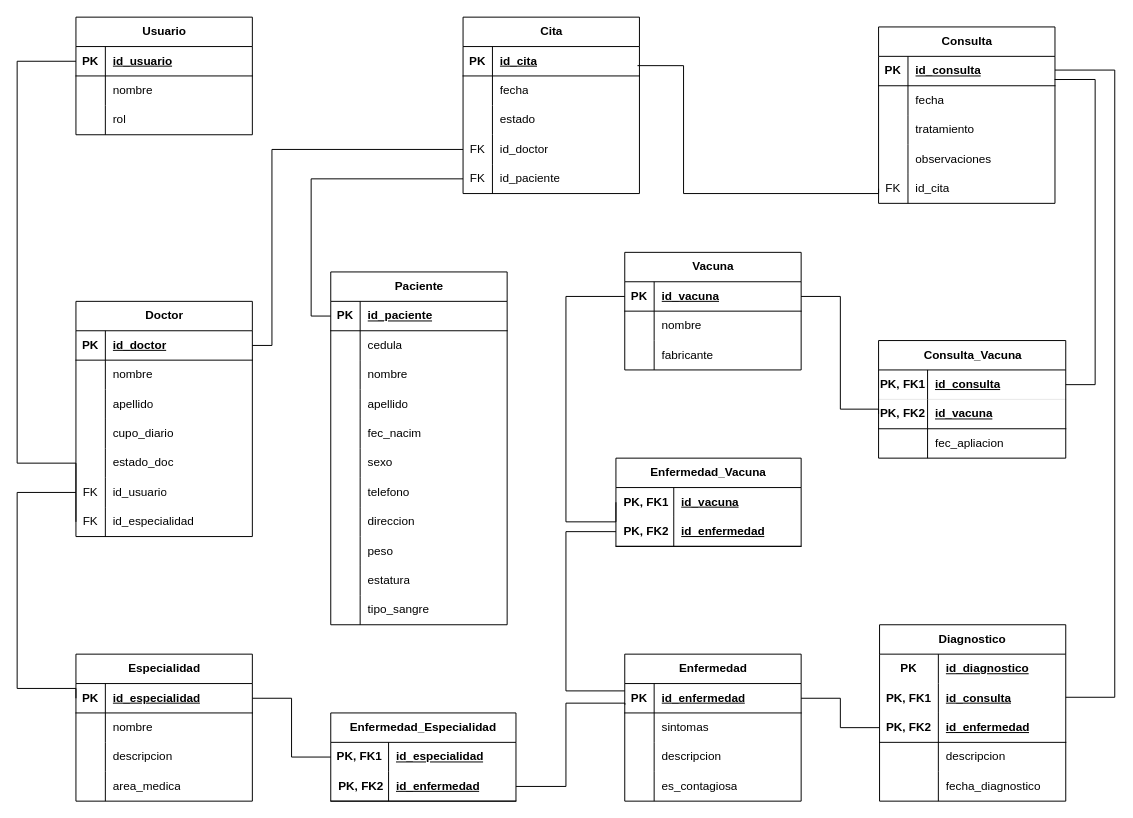
lizmarietorres123/ProyectoFinalBD keeps this draw.io diagram as MR_proyecto_final.drawio. Above is the earlier version. Source tidied: cells renumbered, new cells numbered last; positions are measured from the earlier drawing's top-left corner, leaving out a move shared by most shapes. Both pictures are drawn from the tidied source at 98%, with x=0, y=0 at pixel (17, 17).
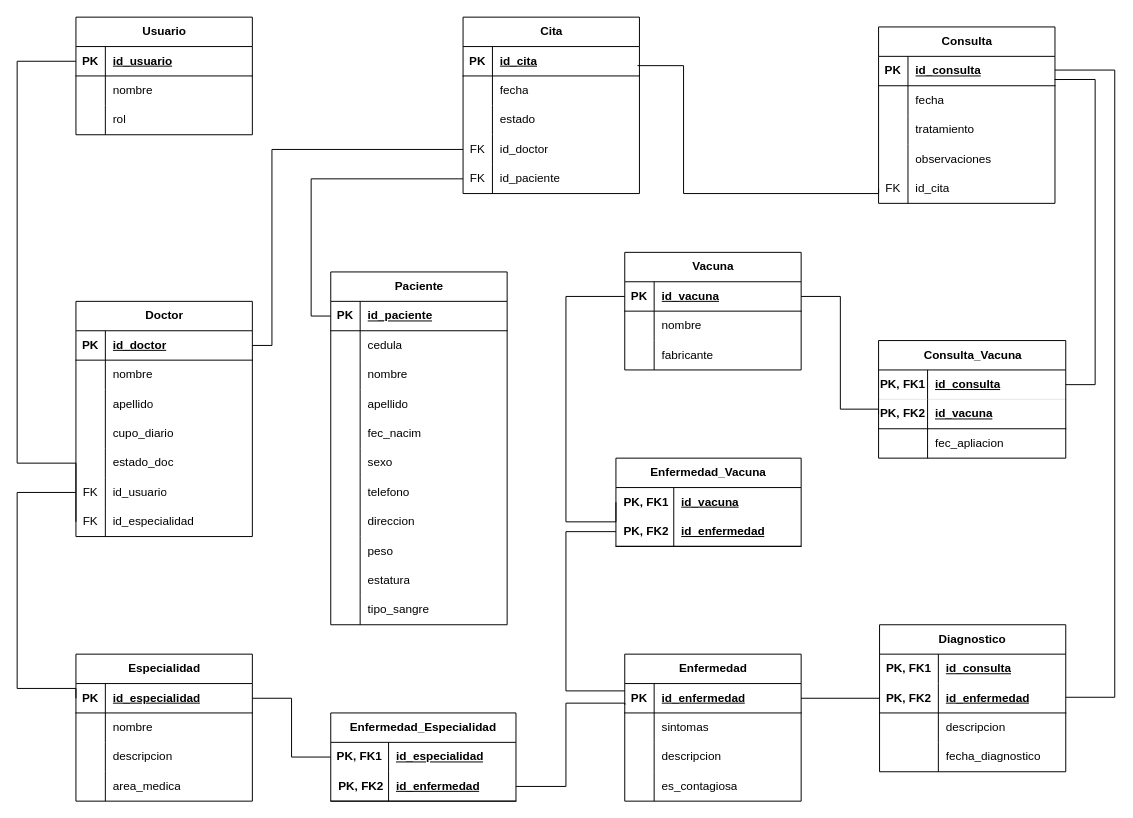
The same page after the edit.

Commit message:
Eliminar id_diagnostico

Change to the diagram source:
```diff
@@
     <mxCell id="18" value="Diagnostico" style="shape=table;startSize=30;childLayout=tableLayout;rowLines=0;fontStyle=1;align=center;html=1;whiteSpace=wrap;" parent="1" vertex="1">
-      <mxGeometry x="880" y="620" width="190" height="180" as="geometry" />
+      <mxGeometry x="880" y="620" width="190" height="150" as="geometry" />
     </mxCell>
-    <mxCell id="19" style="shape=tableRow;horizontal=0;startSize=0;swimlaneHead=0;swimlaneBody=0;fillColor=none;top=0;left=0;right=0;bottom=0;html=1;" parent="18" vertex="1">
-      <mxGeometry y="30" width="190" height="30" as="geometry" />
-    </mxCell>
-    <mxCell id="20" value="PK" style="shape=partialRectangle;fillColor=none;top=0;left=0;bottom=0;right=0;fontStyle=1;overflow=hidden;html=1;whiteSpace=wrap;" parent="19" vertex="1">
-      <mxGeometry width="60" height="30" as="geometry" />
-    </mxCell>
-    <mxCell id="21" value="id_diagnostico" style="shape=partialRectangle;fillColor=none;top=0;left=0;bottom=0;right=0;align=left;spacingLeft=6;fontStyle=5;overflow=hidden;html=1;whiteSpace=wrap;" parent="19" vertex="1">
-      <mxGeometry x="60" width="130" height="30" as="geometry" />
-    </mxCell>
     <mxCell id="22" style="shape=tableRow;horizontal=0;startSize=0;swimlaneHead=0;swimlaneBody=0;fillColor=none;top=0;left=0;right=0;bottom=0;html=1;fontStyle=1;strokeWidth=1;perimeterSpacing=0;strokeColor=inherit;" parent="18" vertex="1">
-      <mxGeometry y="60" width="190" height="30" as="geometry" />
+      <mxGeometry y="30" width="190" height="30" as="geometry" />
     </mxCell>
@@
     <mxCell id="25" style="shape=tableRow;horizontal=0;startSize=0;swimlaneHead=0;swimlaneBody=0;fillColor=none;points=[[0,0.5],[1,0.5]];portConstraint=eastwest;top=0;left=0;right=0;bottom=1;html=1;strokeWidth=1;" parent="18" vertex="1">
-      <mxGeometry y="90" width="190" height="30" as="geometry" />
+      <mxGeometry y="60" width="190" height="30" as="geometry" />
     </mxCell>
@@
     <mxCell id="28" style="shape=tableRow;horizontal=0;startSize=0;swimlaneHead=0;swimlaneBody=0;fillColor=none;top=0;left=0;right=0;bottom=0;html=1;" parent="18" vertex="1">
-      <mxGeometry y="120" width="190" height="30" as="geometry" />
+      <mxGeometry y="90" width="190" height="30" as="geometry" />
     </mxCell>
@@
     <mxCell id="31" style="shape=tableRow;horizontal=0;startSize=0;swimlaneHead=0;swimlaneBody=0;fillColor=none;top=0;left=0;right=0;bottom=0;html=1;" parent="18" vertex="1">
-      <mxGeometry y="150" width="190" height="30" as="geometry" />
+      <mxGeometry y="120" width="190" height="30" as="geometry" />
     </mxCell>
```
